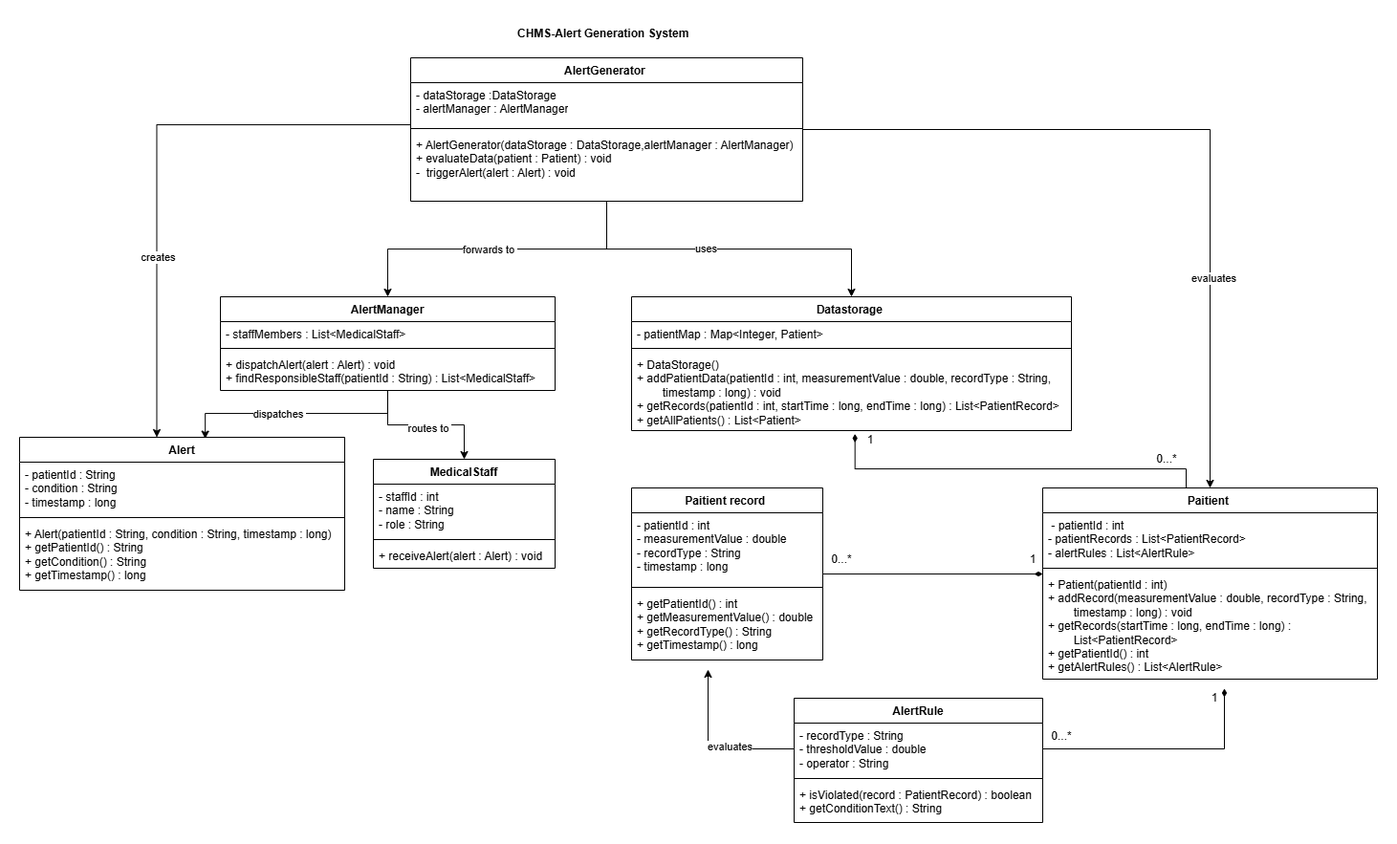
This is uml_models/1.AlertGenerationUmlDiagram.png from melboeMU/signal_project, a draw.io export, as it was before one commit. Source tidied: cells renumbered, new cells last; positions are measured from the earlier drawing's top-left corner, leaving out a move shared by most shapes.
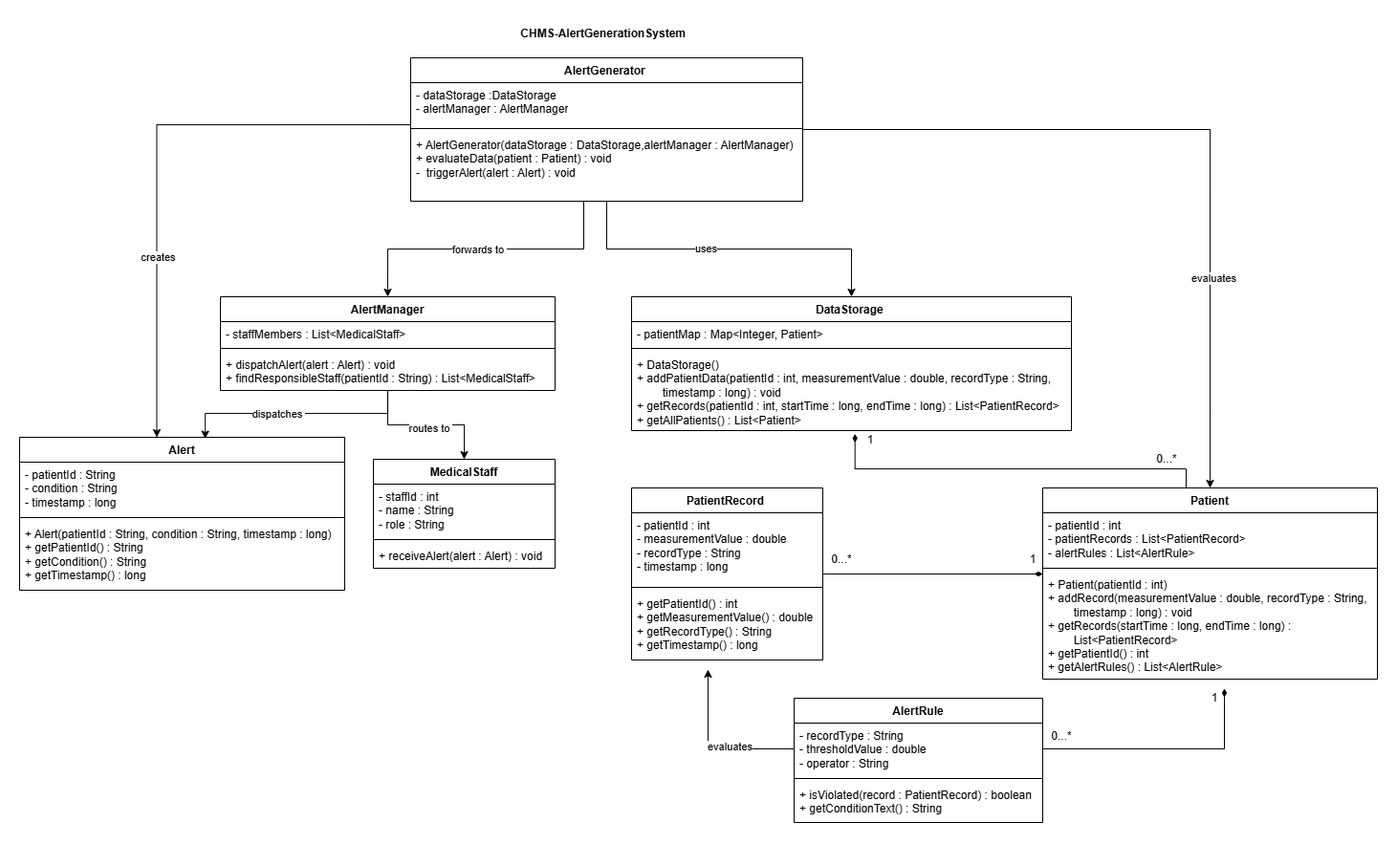
Above is the later version.

Commit message:
improvements on UmlDiagrams for Project Part 2

What changed in the source:
```diff
@@ -2,7 +2,7 @@
   <root>
     <mxCell id="0" />
     <mxCell id="1" parent="0" />
-    <mxCell id="2" value="&lt;b&gt;CHMS-Alert Generation System&amp;nbsp;&amp;nbsp;&lt;/b&gt;" style="text;html=1;whiteSpace=wrap;strokeColor=none;fillColor=none;align=center;verticalAlign=middle;rounded=0;" parent="1" vertex="1">
+    <mxCell id="2" value="&lt;b&gt;CHMS-AlertGenerationSystem&amp;nbsp;&amp;nbsp;&lt;/b&gt;" style="text;html=1;whiteSpace=wrap;strokeColor=none;fillColor=none;align=center;verticalAlign=middle;rounded=0;" parent="1" vertex="1">
       <mxGeometry x="509" width="210" height="30" as="geometry" />
     </mxCell>
     <mxCell id="3" style="edgeStyle=orthogonalEdgeStyle;rounded=0;jettySize=auto;html=1;" parent="1" edge="1" source="9" target="23">
@@ -12,7 +12,12 @@
       <mxGeometry x="-0.13" y="1" relative="1" as="geometry" />
     </mxCell>
     <mxCell id="5" style="edgeStyle=orthogonalEdgeStyle;rounded=0;jettySize=auto;html=1;entryX=0.5;entryY=0;entryDx=0;entryDy=0;" parent="1" edge="1" source="9" target="19">
-      <mxGeometry relative="1" as="geometry" />
+      <mxGeometry relative="1" as="geometry">
+        <Array as="points">
+          <mxPoint x="590" y="240" />
+          <mxPoint x="385" y="240" />
+        </Array>
+      </mxGeometry>
     </mxCell>
     <mxCell id="6" value="forwards to&amp;nbsp;" style="edgeLabel;html=1;align=center;verticalAlign=middle;" parent="5" vertex="1">
       <mxGeometry x="0.05" relative="1" as="geometry" />
@@ -65,7 +70,7 @@
     <mxCell id="22" value="&lt;div&gt;+ dispatchAlert(alert : Alert) : void&lt;/div&gt;&lt;div&gt;+ findResponsibleStaff(patientId : String) : List&amp;lt;MedicalStaff&amp;gt;&lt;/div&gt;" style="text;strokeColor=none;fillColor=none;align=left;verticalAlign=top;spacingLeft=4;spacingRight=4;overflow=hidden;whiteSpace=wrap;html=1;" parent="19" vertex="1">
       <mxGeometry y="58" width="350" height="40" as="geometry" />
     </mxCell>
-    <mxCell id="23" value="Datastorage&amp;nbsp;" style="swimlane;fontStyle=1;align=center;verticalAlign=top;horizontal=1;startSize=26;whiteSpace=wrap;html=1;" parent="1" vertex="1">
+    <mxCell id="23" value="DataStorage&amp;nbsp;" style="swimlane;fontStyle=1;align=center;verticalAlign=top;horizontal=1;startSize=26;whiteSpace=wrap;html=1;" parent="1" vertex="1">
       <mxGeometry x="640" y="290" width="460" height="140" as="geometry" />
     </mxCell>
     <mxCell id="24" value="- patientMap : Map&amp;lt;Integer, Patient&amp;gt;&lt;br&gt;&lt;div&gt;&lt;br&gt;&lt;/div&gt;" style="text;strokeColor=none;fillColor=none;align=left;verticalAlign=top;spacingLeft=4;spacingRight=4;overflow=hidden;whiteSpace=wrap;html=1;" parent="23" vertex="1">
@@ -77,10 +82,10 @@
     <mxCell id="26" value="+ DataStorage()&lt;br&gt;+ addPatientData(patientId : int, measurementValue : double, recordType : String, &lt;span style=&quot;white-space: pre;&quot;&gt;&#9;&lt;/span&gt;timestamp : long) : void&lt;br&gt;+ getRecords(patientId : int, startTime : long, endTime : long) : List&amp;lt;PatientRecord&amp;gt;&lt;br&gt;+ getAllPatients() : List&amp;lt;Patient&amp;gt;" style="text;strokeColor=none;fillColor=none;align=left;verticalAlign=top;spacingLeft=4;spacingRight=4;overflow=hidden;points=[[0,0.5],[1,0.5]];portConstraint=eastwest;whiteSpace=wrap;html=1;" parent="23" vertex="1">
       <mxGeometry y="58" width="460" height="82" as="geometry" />
     </mxCell>
-    <mxCell id="27" value="Paitient&amp;nbsp;" style="swimlane;fontStyle=1;align=center;verticalAlign=top;horizontal=1;startSize=26;whiteSpace=wrap;html=1;" parent="1" vertex="1">
+    <mxCell id="27" value="Patient" style="swimlane;fontStyle=1;align=center;verticalAlign=top;horizontal=1;startSize=26;whiteSpace=wrap;html=1;" parent="1" vertex="1">
       <mxGeometry x="1070" y="490" width="350" height="200" as="geometry" />
     </mxCell>
-    <mxCell id="28" value="&amp;nbsp;- patientId : int&lt;br&gt;  - patientRecords : List&amp;lt;PatientRecord&amp;gt;&lt;br&gt;  - alertRules : List&amp;lt;AlertRule&amp;gt;&lt;div&gt;&lt;br/&gt;&lt;/div&gt;" style="text;strokeColor=none;fillColor=none;align=left;verticalAlign=top;spacingLeft=4;spacingRight=4;overflow=hidden;whiteSpace=wrap;html=1;" parent="27" vertex="1">
+    <mxCell id="28" value="- patientId : int&lt;br&gt;  - patientRecords : List&amp;lt;PatientRecord&amp;gt;&lt;br&gt;  - alertRules : List&amp;lt;AlertRule&amp;gt;&lt;div&gt;&lt;br&gt;&lt;/div&gt;" style="text;strokeColor=none;fillColor=none;align=left;verticalAlign=top;spacingLeft=4;spacingRight=4;overflow=hidden;whiteSpace=wrap;html=1;" parent="27" vertex="1">
       <mxGeometry y="26" width="350" height="54" as="geometry" />
     </mxCell>
     <mxCell id="29" style="line;strokeWidth=1;fillColor=none;align=left;verticalAlign=middle;spacingTop=-1;spacingLeft=3;spacingRight=3;labelPosition=right;strokeColor=inherit;" parent="27" vertex="1">
@@ -89,7 +94,7 @@
     <mxCell id="30" value="+ Patient(patientId : int)&lt;br&gt;+ addRecord(measurementValue : double, recordType : String, &lt;span style=&quot;white-space: pre;&quot;&gt;&#9;&lt;/span&gt;timestamp : long) : void&lt;br&gt;+ getRecords(startTime : long, endTime : long) : &lt;span style=&quot;white-space: pre;&quot;&gt;&#9;&lt;/span&gt;List&amp;lt;PatientRecord&amp;gt;&lt;br&gt;+ getPatientId() : int&lt;br&gt;+ getAlertRules() : List&amp;lt;AlertRule&amp;gt;" style="text;strokeColor=none;fillColor=none;align=left;verticalAlign=top;spacingLeft=4;spacingRight=4;overflow=hidden;points=[[0,0.5],[1,0.5]];portConstraint=eastwest;whiteSpace=wrap;html=1;" parent="27" vertex="1">
       <mxGeometry y="88" width="350" height="112" as="geometry" />
     </mxCell>
-    <mxCell id="31" value="Paitient record&amp;nbsp;" style="swimlane;fontStyle=1;align=center;verticalAlign=top;horizontal=1;startSize=26;whiteSpace=wrap;html=1;" parent="1" vertex="1">
+    <mxCell id="31" value="PatientRecord&amp;nbsp;" style="swimlane;fontStyle=1;align=center;verticalAlign=top;horizontal=1;startSize=26;whiteSpace=wrap;html=1;" parent="1" vertex="1">
       <mxGeometry x="640" y="490" width="200" height="180" as="geometry" />
     </mxCell>
     <mxCell id="32" value="- patientId : int&lt;br&gt;  - measurementValue : double&lt;br&gt;  - recordType : String&lt;br&gt;  - timestamp : long&lt;div&gt;&lt;br/&gt;&lt;/div&gt;" style="text;strokeColor=none;fillColor=none;align=left;verticalAlign=top;spacingLeft=4;spacingRight=4;overflow=hidden;whiteSpace=wrap;html=1;" parent="31" vertex="1">
```
